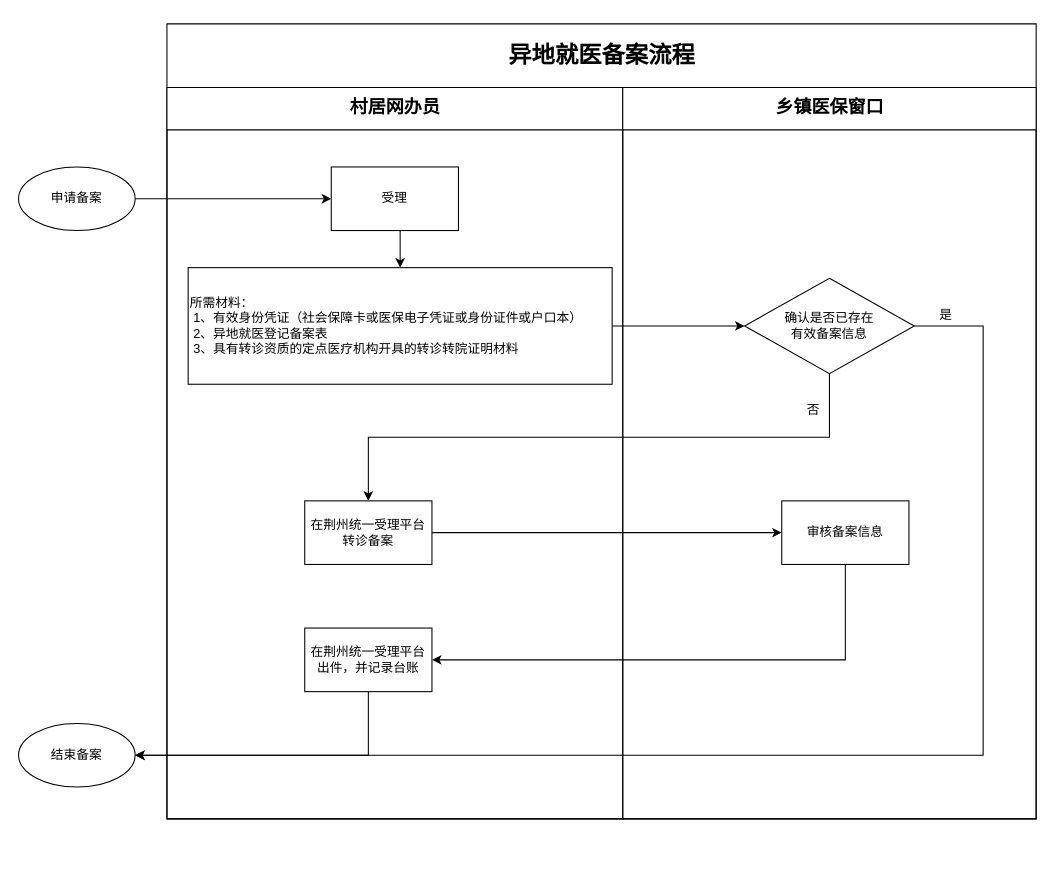
This is 转诊备案流程.drawio from zouwei-0218/drawio, a draw.io file, before an edit. Source tidied: cells renumbered, new cells numbered last; positions are measured from the earlier drawing's top-left corner, leaving out a move shared by most shapes. Both pictures are drawn from the tidied source at 106%, with x=0, y=0 at pixel (18, 23).
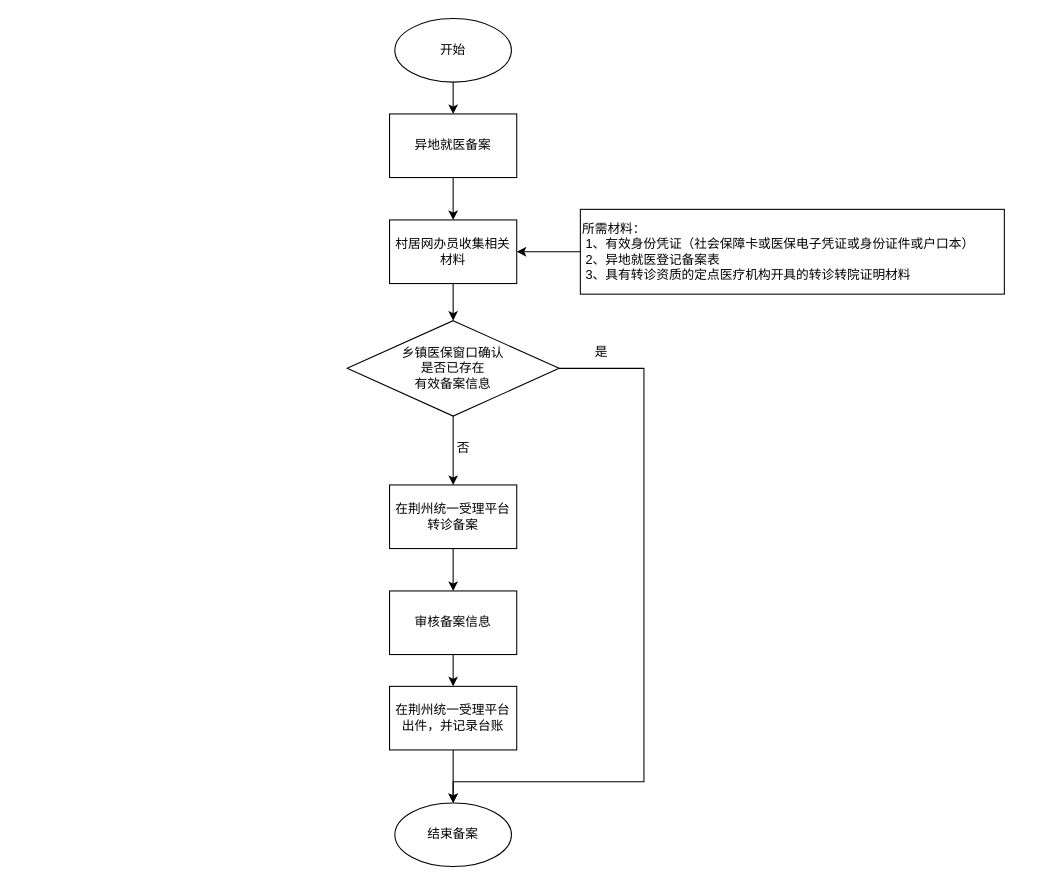
After the change.

Commit message:
更新转诊备案流程.drawio

The edit, as a diff of the source:
```diff
@@
-    <mxCell id="2" value="&lt;font style=&quot;font-size: 22px;&quot;&gt;异地就医备案流程&lt;/font&gt;" style="swimlane;html=1;startSize=60;rounded=0;shadow=0;labelBackgroundColor=none;strokeWidth=1;fontFamily=Verdana;fontSize=8;align=center;" parent="1" vertex="1">
-      <mxGeometry x="140" width="820" height="750" as="geometry" />
-    </mxCell>
-    <mxCell id="3" style="edgeStyle=orthogonalEdgeStyle;rounded=1;html=1;labelBackgroundColor=none;startArrow=none;startFill=0;startSize=5;endArrow=classicThin;endFill=1;endSize=5;jettySize=auto;orthogonalLoop=1;strokeWidth=1;fontFamily=Verdana;fontSize=8;" parent="2" edge="1">
-      <mxGeometry relative="1" as="geometry">
-        <mxPoint x="180" y="115" as="sourcePoint" />
-      </mxGeometry>
-    </mxCell>
-    <mxCell id="4" style="edgeStyle=orthogonalEdgeStyle;rounded=1;html=1;labelBackgroundColor=none;startArrow=none;startFill=0;startSize=5;endArrow=classicThin;endFill=1;endSize=5;jettySize=auto;orthogonalLoop=1;strokeWidth=1;fontFamily=Verdana;fontSize=8;" parent="2" edge="1">
-      <mxGeometry relative="1" as="geometry">
-        <mxPoint x="230" y="175" as="targetPoint" />
-        <Array as="points">
-          <mxPoint x="240" y="155" />
-          <mxPoint x="70" y="155" />
-        </Array>
-      </mxGeometry>
-    </mxCell>
-    <mxCell id="5" value="&lt;font style=&quot;font-size: 17px;&quot;&gt;村居网办员&lt;/font&gt;" style="swimlane;html=1;startSize=40;fontSize=15;" parent="2" vertex="1">
-      <mxGeometry y="60" width="430" height="690" as="geometry" />
-    </mxCell>
-    <mxCell id="6" style="edgeStyle=orthogonalEdgeStyle;rounded=0;jettySize=auto;html=1;exitX=0.5;exitY=1;exitDx=0;exitDy=0;entryX=0.5;entryY=0;entryDx=0;entryDy=0;" parent="5" edge="1" source="7" target="10">
-      <mxGeometry relative="1" as="geometry" />
-    </mxCell>
-    <mxCell id="7" value="受理" style="rounded=0;whiteSpace=wrap;html=1;" parent="5" vertex="1">
-      <mxGeometry x="155" y="75" width="120" height="60" as="geometry" />
-    </mxCell>
-    <mxCell id="8" value="在荆州统一受理平台转诊备案" style="rounded=0;whiteSpace=wrap;html=1;" parent="5" vertex="1">
-      <mxGeometry x="130" y="390" width="120" height="60" as="geometry" />
-    </mxCell>
-    <mxCell id="9" value="在荆州统一受理平台出件，并记录台账" style="rounded=0;whiteSpace=wrap;html=1;" parent="5" vertex="1">
-      <mxGeometry x="130" y="510" width="120" height="60" as="geometry" />
-    </mxCell>
-    <mxCell id="10" value="&lt;div&gt;所需材料：&lt;/div&gt;&lt;div&gt;&lt;span style=&quot;white-space: pre;&quot;&gt; &lt;/span&gt;1、有效身份凭证（社会保障卡或医保电子凭证或身份证件或户口本）&lt;/div&gt;&lt;span style=&quot;white-space: pre;&quot;&gt; &lt;/span&gt;2、异地就医登记备案表&lt;br&gt;&lt;span style=&quot;white-space: pre;&quot;&gt; &lt;/span&gt;3、具有转诊资质的定点医疗机构开具的转诊转院证明材料" style="rounded=0;whiteSpace=wrap;html=1;align=left;" parent="5" vertex="1">
-      <mxGeometry x="20" y="170" width="400" height="110" as="geometry" />
-    </mxCell>
-    <mxCell id="11" value="&lt;font style=&quot;font-size: 17px;&quot;&gt;乡镇医保窗口&lt;/font&gt;" style="swimlane;html=1;startSize=40;fontSize=15;" parent="2" vertex="1">
-      <mxGeometry x="430" y="60" width="390" height="690" as="geometry" />
-    </mxCell>
-    <mxCell id="12" value="审核备案信息" style="rounded=0;whiteSpace=wrap;html=1;" parent="11" vertex="1">
-      <mxGeometry x="150" y="390" width="120" height="60" as="geometry" />
-    </mxCell>
-    <mxCell id="13" value="是" style="text;html=1;strokeColor=none;fillColor=none;align=center;verticalAlign=middle;whiteSpace=wrap;rounded=0;" parent="11" vertex="1">
-      <mxGeometry x="275" y="200" width="60" height="30" as="geometry" />
-    </mxCell>
-    <mxCell id="14" value="确认是否已存在&lt;br&gt;有效备案信息" style="rhombus;whiteSpace=wrap;html=1;" parent="11" vertex="1">
-      <mxGeometry x="115" y="180" width="160" height="90" as="geometry" />
-    </mxCell>
-    <mxCell id="15" value="否" style="text;html=1;strokeColor=none;fillColor=none;align=center;verticalAlign=middle;whiteSpace=wrap;rounded=0;" parent="11" vertex="1">
-      <mxGeometry x="150" y="290" width="60" height="30" as="geometry" />
-    </mxCell>
-    <mxCell id="16" style="edgeStyle=orthogonalEdgeStyle;rounded=0;jettySize=auto;html=1;exitX=1;exitY=0.5;exitDx=0;exitDy=0;entryX=0;entryY=0.5;entryDx=0;entryDy=0;" parent="2" edge="1" source="8" target="12">
-      <mxGeometry relative="1" as="geometry" />
-    </mxCell>
-    <mxCell id="17" style="edgeStyle=orthogonalEdgeStyle;rounded=0;jettySize=auto;html=1;exitX=0.5;exitY=1;exitDx=0;exitDy=0;entryX=1;entryY=0.5;entryDx=0;entryDy=0;" parent="2" edge="1" source="12" target="9">
-      <mxGeometry relative="1" as="geometry" />
-    </mxCell>
-    <mxCell id="18" style="edgeStyle=orthogonalEdgeStyle;rounded=0;jettySize=auto;html=1;exitX=0.5;exitY=1;exitDx=0;exitDy=0;" parent="2" edge="1" source="14" target="8">
-      <mxGeometry relative="1" as="geometry" />
-    </mxCell>
-    <mxCell id="19" style="edgeStyle=orthogonalEdgeStyle;rounded=0;jettySize=auto;html=1;exitX=1;exitY=0.5;exitDx=0;exitDy=0;entryX=0;entryY=0.5;entryDx=0;entryDy=0;" parent="2" edge="1" source="10" target="14">
-      <mxGeometry relative="1" as="geometry" />
-    </mxCell>
-    <mxCell id="20" style="edgeStyle=orthogonalEdgeStyle;rounded=0;jettySize=auto;html=1;exitX=1;exitY=0.5;exitDx=0;exitDy=0;" parent="1" edge="1" source="21" target="7">
+    <mxCell id="20" style="edgeStyle=orthogonalEdgeStyle;rounded=0;jettySize=auto;html=1;exitX=0.5;exitY=1;exitDx=0;exitDy=0;jumpSize=5;" parent="1" edge="1" source="21" target="7">
       <mxGeometry relative="1" as="geometry" />
     </mxCell>
-    <mxCell id="21" value="申请备案" style="ellipse;whiteSpace=wrap;html=1;" parent="1" vertex="1">
-      <mxGeometry y="135" width="110" height="60" as="geometry" />
+    <mxCell id="21" value="开始" style="ellipse;whiteSpace=wrap;html=1;" parent="1" vertex="1">
+      <mxGeometry x="355" y="-5" width="110" height="60" as="geometry" />
     </mxCell>
     <mxCell id="22" value="结束备案" style="ellipse;whiteSpace=wrap;html=1;" parent="1" vertex="1">
-      <mxGeometry y="660" width="110" height="60" as="geometry" />
+      <mxGeometry x="355" y="735" width="110" height="60" as="geometry" />
     </mxCell>
-    <mxCell id="23" style="edgeStyle=orthogonalEdgeStyle;rounded=0;jettySize=auto;html=1;exitX=0.5;exitY=1;exitDx=0;exitDy=0;entryX=1;entryY=0.5;entryDx=0;entryDy=0;" parent="1" edge="1" source="9" target="22">
+    <mxCell id="23" style="edgeStyle=orthogonalEdgeStyle;rounded=0;jettySize=auto;html=1;exitX=0.5;exitY=1;exitDx=0;exitDy=0;entryX=0.5;entryY=0;entryDx=0;entryDy=0;" parent="1" edge="1" source="9" target="22">
       <mxGeometry relative="1" as="geometry" />
     </mxCell>
+    <mxCell id="25" style="edgeStyle=orthogonalEdgeStyle;rounded=0;jettySize=auto;html=1;exitX=0.5;exitY=1;exitDx=0;exitDy=0;entryX=0.5;entryY=0;entryDx=0;entryDy=0;" parent="1" edge="1" source="7" target="28">
+      <mxGeometry relative="1" as="geometry" />
+    </mxCell>
+    <mxCell id="7" value="异地就医备案" style="rounded=0;whiteSpace=wrap;html=1;" parent="1" vertex="1">
+      <mxGeometry x="350" y="85" width="120" height="60" as="geometry" />
+    </mxCell>
-    <mxCell id="24" style="edgeStyle=orthogonalEdgeStyle;rounded=0;jettySize=auto;html=1;exitX=1;exitY=0.5;exitDx=0;exitDy=0;entryX=1;entryY=0.5;entryDx=0;entryDy=0;" parent="1" edge="1" source="14" target="22">
+    <mxCell id="24" style="edgeStyle=orthogonalEdgeStyle;rounded=0;jettySize=auto;html=1;exitX=1;exitY=0.5;exitDx=0;exitDy=0;entryX=0.5;entryY=0;entryDx=0;entryDy=0;" parent="1" edge="1" source="14" target="22">
       <mxGeometry relative="1" as="geometry">
         <Array as="points">
-          <mxPoint x="910" y="285" />
-          <mxPoint x="910" y="690" />
+          <mxPoint x="590" y="325" />
+          <mxPoint x="590" y="715" />
+          <mxPoint x="410" y="715" />
         </Array>
       </mxGeometry>
     </mxCell>
+    <mxCell id="14" value="乡镇医保窗口确认&lt;br&gt;是否已存在&lt;br&gt;有效备案信息" style="rhombus;whiteSpace=wrap;html=1;" parent="1" vertex="1">
+      <mxGeometry x="310" y="280" width="200" height="90" as="geometry" />
+    </mxCell>
+    <mxCell id="18" style="edgeStyle=orthogonalEdgeStyle;rounded=0;jettySize=auto;html=1;exitX=0.5;exitY=1;exitDx=0;exitDy=0;" parent="1" edge="1" source="14" target="8">
+      <mxGeometry relative="1" as="geometry" />
+    </mxCell>
+    <mxCell id="8" value="在荆州统一受理平台转诊备案" style="rounded=0;whiteSpace=wrap;html=1;" parent="1" vertex="1">
+      <mxGeometry x="350" y="435" width="120" height="60" as="geometry" />
+    </mxCell>
+    <mxCell id="16" style="edgeStyle=orthogonalEdgeStyle;rounded=0;jettySize=auto;html=1;exitX=0.5;exitY=1;exitDx=0;exitDy=0;entryX=0.5;entryY=0;entryDx=0;entryDy=0;" parent="1" edge="1" source="8" target="12">
+      <mxGeometry relative="1" as="geometry" />
+    </mxCell>
+    <mxCell id="9" value="在荆州统一受理平台出件，并记录台账" style="rounded=0;whiteSpace=wrap;html=1;" parent="1" vertex="1">
+      <mxGeometry x="350" y="625" width="120" height="60" as="geometry" />
+    </mxCell>
+    <mxCell id="17" style="edgeStyle=orthogonalEdgeStyle;rounded=0;jettySize=auto;html=1;exitX=0.5;exitY=1;exitDx=0;exitDy=0;entryX=0.5;entryY=0;entryDx=0;entryDy=0;" parent="1" edge="1" source="12" target="9">
+      <mxGeometry relative="1" as="geometry" />
+    </mxCell>
+    <mxCell id="12" value="审核备案信息" style="rounded=0;whiteSpace=wrap;html=1;" parent="1" vertex="1">
+      <mxGeometry x="350" y="535" width="120" height="60" as="geometry" />
+    </mxCell>
+    <mxCell id="26" style="edgeStyle=orthogonalEdgeStyle;rounded=0;jettySize=auto;html=1;exitX=0;exitY=0.5;exitDx=0;exitDy=0;entryX=1;entryY=0.5;entryDx=0;entryDy=0;" parent="1" edge="1" source="10" target="28">
+      <mxGeometry relative="1" as="geometry" />
+    </mxCell>
+    <mxCell id="10" value="&lt;div&gt;所需材料：&lt;/div&gt;&lt;div&gt;&lt;span style=&quot;white-space: pre;&quot;&gt; &lt;/span&gt;1、有效身份凭证（社会保障卡或医保电子凭证或身份证件或户口本）&lt;/div&gt;&lt;span style=&quot;white-space: pre;&quot;&gt; &lt;/span&gt;2、异地就医登记备案表&lt;br&gt;&lt;span style=&quot;white-space: pre;&quot;&gt; &lt;/span&gt;3、具有转诊资质的定点医疗机构开具的转诊转院证明材料" style="rounded=0;whiteSpace=wrap;html=1;align=left;" parent="1" vertex="1">
+      <mxGeometry x="530" y="175" width="400" height="80" as="geometry" />
+    </mxCell>
+    <mxCell id="13" value="是" style="text;html=1;strokeColor=none;fillColor=none;align=center;verticalAlign=middle;whiteSpace=wrap;rounded=0;" parent="1" vertex="1">
+      <mxGeometry x="520" y="295" width="60" height="30" as="geometry" />
+    </mxCell>
+    <mxCell id="15" value="否" style="text;html=1;strokeColor=none;fillColor=none;align=center;verticalAlign=middle;whiteSpace=wrap;rounded=0;" parent="1" vertex="1">
+      <mxGeometry x="390" y="385" width="60" height="30" as="geometry" />
+    </mxCell>
+    <mxCell id="27" style="edgeStyle=orthogonalEdgeStyle;rounded=0;jettySize=auto;html=1;exitX=0.5;exitY=1;exitDx=0;exitDy=0;entryX=0.5;entryY=0;entryDx=0;entryDy=0;" parent="1" edge="1" source="28" target="14">
+      <mxGeometry relative="1" as="geometry" />
+    </mxCell>
+    <mxCell id="28" value="村居网办员收集相关材料" style="rounded=0;whiteSpace=wrap;html=1;" parent="1" vertex="1">
+      <mxGeometry x="350" y="185" width="120" height="60" as="geometry" />
+    </mxCell>
```
